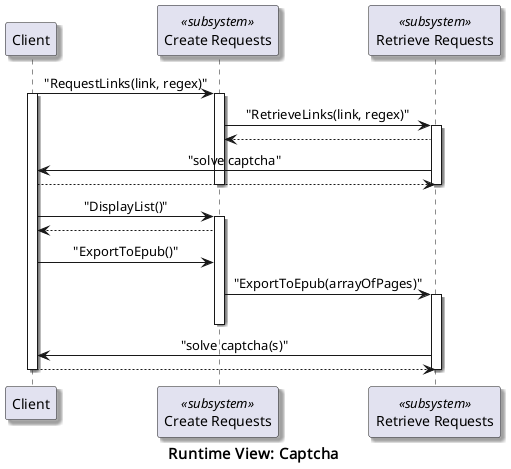
Above: documents/B-6.png in AlAl45643/WebtoEpubwithTor (PlantUML), before the change.
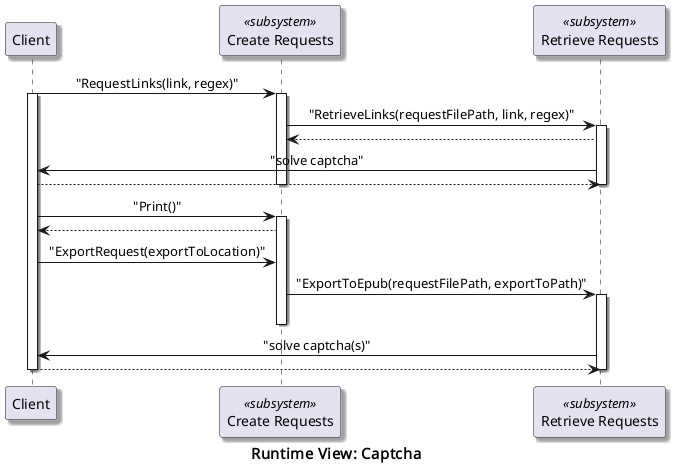
Above is the later version.

What changed in the source:
```diff
@@ -13,7 +13,7 @@
 client -> request : "RequestLinks(link, regex)"
 activate client
         activate request
-                request -> retrieve : "RetrieveLinks(link, regex)"
+                request -> retrieve : "RetrieveLinks(requestFilePath, link, regex)"
                 activate retrieve
                         retrieve --> request
                         retrieve -> client : "solve captcha"
@@ -22,11 +22,11 @@
         deactivate retrieve
 
 
-        client -> request : "DisplayList()"
+        client -> request : "Print()"
         activate request
                 request --> client
-                client -> request : "ExportToEpub()"
-                request -> retrieve : "ExportToEpub(arrayOfPages)"
+                client -> request : "ExportRequest(exportToLocation)"
+                request -> retrieve : "ExportToEpub(requestFilePath, exportToPath)"
                 activate retrieve
                 deactivate request
                 retrieve -> client : "solve captcha(s)"
```
